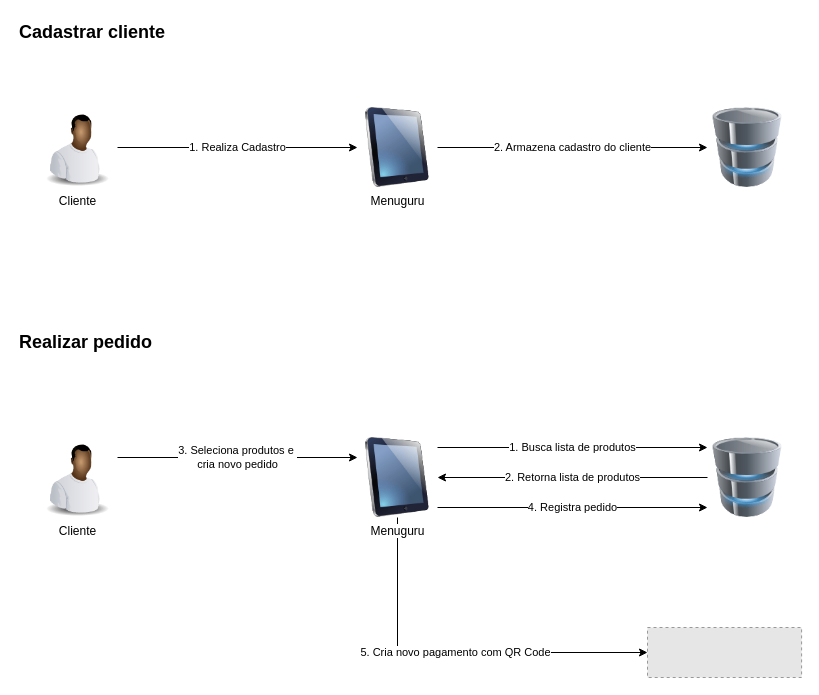
Before: page "Business Architecture" (2 of 3) of Menuguru - Architecture View.drawio in perisatto/menuguru, a draw.io diagram. Source tidied: cells renumbered, new cells numbered last; positions are measured from the earlier drawing's top-left corner, leaving out a move shared by most shapes. Both pictures are drawn from the tidied source at 100%, with x=0, y=0 at pixel (17, 17). Pictures stored in the file or linked from it are replaced by grey dashed boxes.
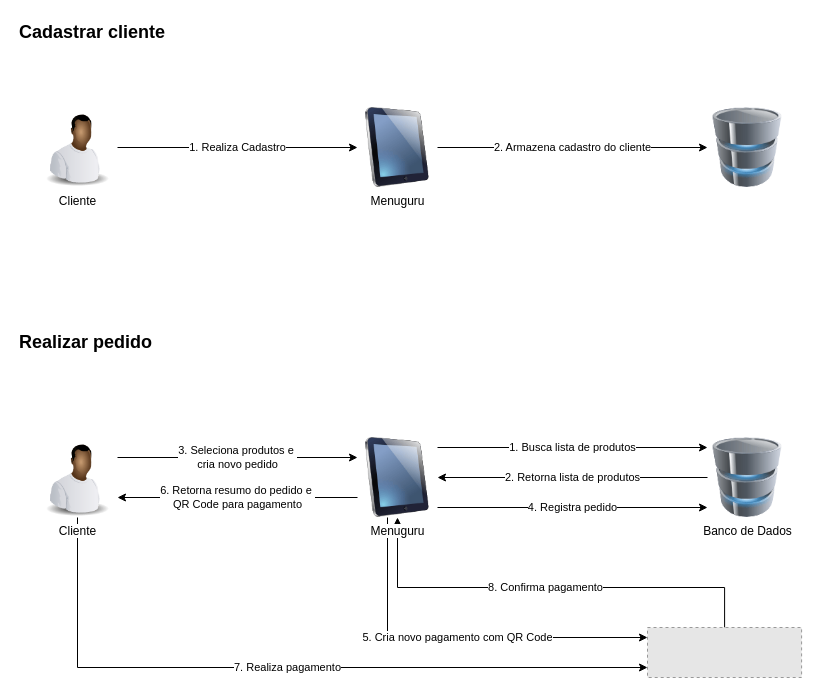
The same diagram, later.

Unchanged cells that the change refers to:
```xml
<mxCell id="17" style="fillColor=#E6E6E6;strokeColor=#999999;dashed=1;verticalLabelPosition=bottom;labelBackgroundColor=default;verticalAlign=top;" parent="1" vertex="1">
  <mxGeometry x="630" y="610" width="154.1" height="50" as="geometry" />
</mxCell>
```

What changed in the source:
```diff
@@
+    <mxCell id="18" value="7. Realiza pagamento" style="edgeStyle=orthogonalEdgeStyle;rounded=0;jettySize=auto;html=1;" parent="1" edge="1" source="10" target="17">
+      <mxGeometry relative="1" as="geometry">
+        <Array as="points">
+          <mxPoint x="60" y="650" />
+        </Array>
+      </mxGeometry>
+    </mxCell>
-    <mxCell id="10" value="Cliente" style="image;html=1;image=img/lib/clip_art/people/Worker_Black_128x128.png;" parent="1" vertex="1">
+    <mxCell id="10" value="Cliente" style="image;html=1;image=img/lib/clip_art/people/Worker_Black_128x128.png;labelBackgroundColor=default;" parent="1" vertex="1">
       <mxGeometry x="20" y="420" width="80" height="80" as="geometry" />
     </mxCell>
@@
     <mxCell id="13" value="5. Cria novo pagamento com QR Code" style="edgeStyle=orthogonalEdgeStyle;rounded=0;jettySize=auto;html=1;" parent="1" edge="1" source="14" target="17">
       <mxGeometry relative="1" as="geometry">
         <Array as="points">
-          <mxPoint x="380" y="635" />
+          <mxPoint x="370" y="620" />
         </Array>
       </mxGeometry>
     </mxCell>
-    <mxCell id="14" value="Menuguru" style="image;html=1;image=img/lib/clip_art/computers/iPad_128x128.png;" parent="1" vertex="1">
-      <mxGeometry x="340" y="420" width="80" height="80" as="geometry" />
-    </mxCell>
+    <mxCell id="19" value="6. Retorna resumo do pedido e&amp;nbsp;&lt;div&gt;QR Code para pagamento&lt;/div&gt;" style="edgeStyle=orthogonalEdgeStyle;rounded=0;jettySize=auto;html=1;" parent="1" edge="1" source="14" target="10">
+      <mxGeometry relative="1" as="geometry">
+        <Array as="points">
+          <mxPoint x="210" y="480" />
+          <mxPoint x="210" y="480" />
+        </Array>
+      </mxGeometry>
+    </mxCell>
@@
-    <mxCell id="16" style="image;html=1;image=img/lib/clip_art/computers/Database_128x128.png;" parent="1" vertex="1">
+    <mxCell id="16" value="Banco de Dados" style="image;html=1;image=img/lib/clip_art/computers/Database_128x128.png;labelBackgroundColor=default;" parent="1" vertex="1">
       <mxGeometry x="690" y="420" width="80" height="80" as="geometry" />
     </mxCell>
+    <mxCell id="20" value="8. Confirma pagamento" style="edgeStyle=orthogonalEdgeStyle;rounded=0;jettySize=auto;html=1;" parent="1" edge="1" source="17" target="14">
+      <mxGeometry relative="1" as="geometry">
+        <Array as="points">
+          <mxPoint x="707" y="570" />
+          <mxPoint x="380" y="570" />
+        </Array>
+      </mxGeometry>
+    </mxCell>
@@
+    <mxCell id="14" value="Menuguru" style="image;html=1;image=img/lib/clip_art/computers/iPad_128x128.png;labelBackgroundColor=default;" parent="1" vertex="1">
+      <mxGeometry x="340" y="420" width="80" height="80" as="geometry" />
+    </mxCell>
```
